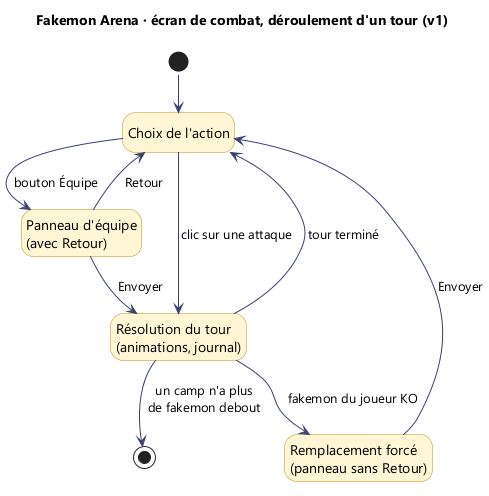
Earlier version of the PlantUML export docs/uml/combat.png (OnerAliCan/fakemon-arena).
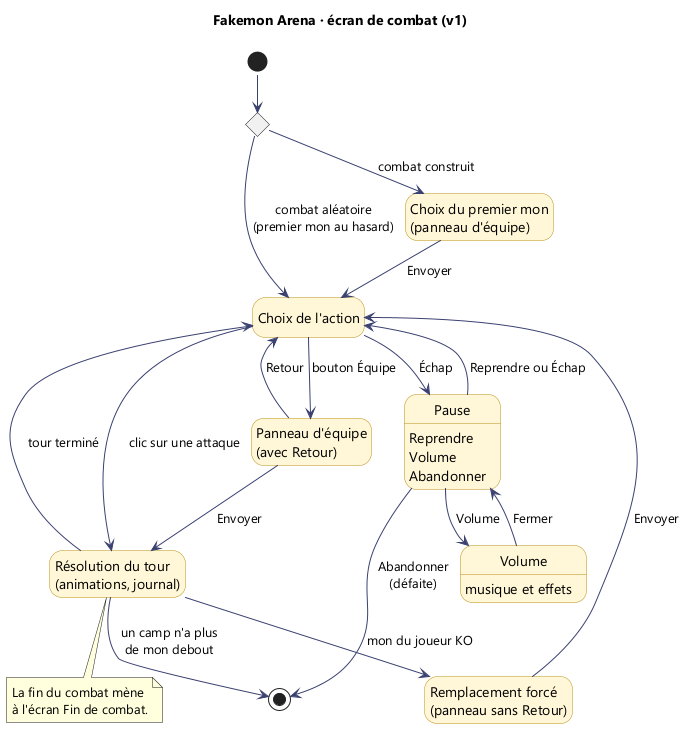
Later version of the same file.

Change to the diagram source:
```diff
@@ -1,6 +1,6 @@
 @startuml combat
 !pragma layout smetana
-title Fakemon Arena · écran de combat, déroulement d'un tour (v1)
+title Fakemon Arena · écran de combat (v1)
 skinparam defaultFontName Segoe UI
 skinparam state {
   BackgroundColor #FFF6D6
@@ -9,18 +9,35 @@
 }
 hide empty description
 
+state mode <<choice>>
+state "Choix du premier mon\n(panneau d'équipe)" as Premier
 state "Choix de l'action" as Choix
 state "Panneau d'équipe\n(avec Retour)" as Panneau
 state "Résolution du tour\n(animations, journal)" as Resolution
 state "Remplacement forcé\n(panneau sans Retour)" as Remplacement
+state "Pause" as Pause : Reprendre\nVolume\nAbandonner
+state "Volume" as Volume : musique et effets
 
-[*] --> Choix
+[*] --> mode
+mode --> Premier : combat construit
+mode --> Choix : combat aléatoire\n(premier mon au hasard)
+Premier --> Choix : Envoyer
 Choix --> Resolution : clic sur une attaque
 Choix --> Panneau : bouton Équipe
 Panneau --> Choix : Retour
 Panneau --> Resolution : Envoyer
 Resolution --> Choix : tour terminé
-Resolution --> Remplacement : fakemon du joueur KO
+Resolution --> Remplacement : mon du joueur KO
 Remplacement --> Choix : Envoyer
-Resolution --> [*] : un camp n'a plus\nde fakemon debout
+Choix --> Pause : Échap
+Pause --> Choix : Reprendre ou Échap
+Pause --> Volume : Volume
+Volume --> Pause : Fermer
+Pause --> [*] : Abandonner\n(défaite)
+Resolution --> [*] : un camp n'a plus\nde mon debout
+
+note bottom of Resolution
+  La fin du combat mène
+  à l'écran Fin de combat.
+end note
 @enduml
```
